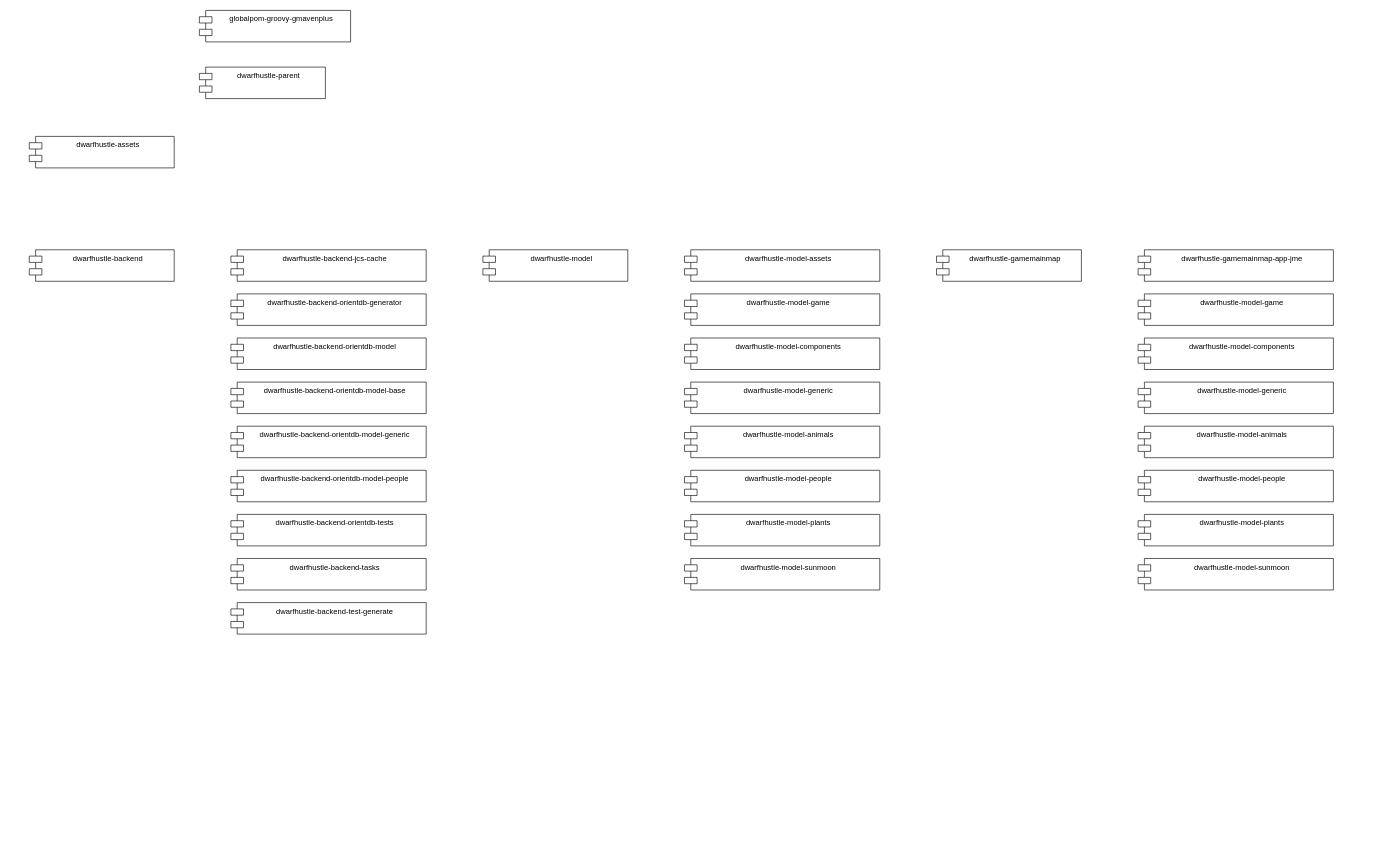
This is uml/Maven Modules.drawio from devent/dwarf-hustle-design, a draw.io file, before an edit. Source tidied: cells renumbered, new cells numbered last; positions are measured from the earlier drawing's top-left corner, leaving out a move shared by most shapes. Both pictures are drawn from the tidied source at 63%, with x=0, y=0 at pixel (29, 10).
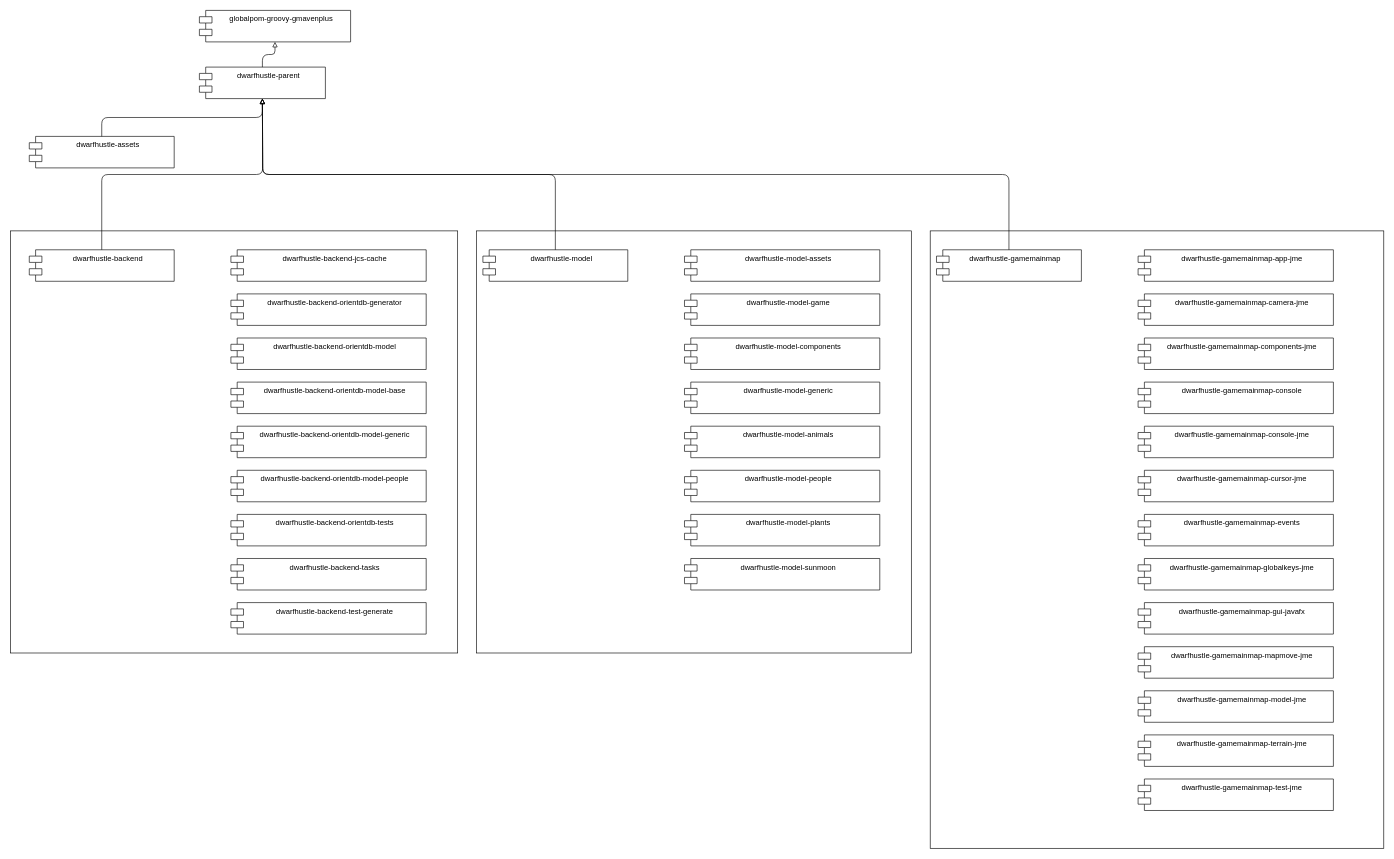
The same diagram, later.

The change refers to these unchanged cells:
```xml
<mxCell id="2" value="globalpom-groovy-gmavenplus" style="shape=module;align=left;spacingLeft=20;align=center;verticalAlign=top;" parent="1" vertex="1">
  <mxGeometry x="270" width="240" height="50" as="geometry" />
</mxCell>
<mxCell id="3" value="dwarfhustle-parent" style="shape=module;align=left;spacingLeft=20;align=center;verticalAlign=top;" parent="1" vertex="1">
  <mxGeometry x="270" y="90" width="200" height="50" as="geometry" />
</mxCell>
<mxCell id="4" value="dwarfhustle-assets" style="shape=module;align=left;spacingLeft=20;align=center;verticalAlign=top;" parent="1" vertex="1">
  <mxGeometry y="200" width="230" height="50" as="geometry" />
</mxCell>
<mxCell id="5" value="dwarfhustle-backend" style="shape=module;align=left;spacingLeft=20;align=center;verticalAlign=top;" parent="1" vertex="1">
  <mxGeometry y="380" width="230" height="50" as="geometry" />
</mxCell>
<mxCell id="6" value="dwarfhustle-model" style="shape=module;align=left;spacingLeft=20;align=center;verticalAlign=top;" parent="1" vertex="1">
  <mxGeometry x="720" y="380" width="230" height="50" as="geometry" />
</mxCell>
<mxCell id="24" value="dwarfhustle-gamemainmap" style="shape=module;align=left;spacingLeft=20;align=center;verticalAlign=top;" parent="1" vertex="1">
  <mxGeometry x="1440" y="380" width="230" height="50" as="geometry" />
</mxCell>
```

The edit, as a diff of the source:
```diff
@@
+    <mxCell id="33" style="rounded=0;whiteSpace=wrap;html=1;" parent="1" vertex="1">
+      <mxGeometry x="1430" y="350" width="720" height="980" as="geometry" />
+    </mxCell>
+    <mxCell id="34" style="rounded=0;whiteSpace=wrap;html=1;" parent="1" vertex="1">
+      <mxGeometry x="710" y="350" width="690" height="670" as="geometry" />
+    </mxCell>
+    <mxCell id="35" style="rounded=0;whiteSpace=wrap;html=1;" parent="1" vertex="1">
+      <mxGeometry x="-30" y="350" width="710" height="670" as="geometry" />
+    </mxCell>
@@
-    <mxCell id="26" value="dwarfhustle-model-game" style="shape=module;align=left;spacingLeft=20;align=center;verticalAlign=top;" parent="1" vertex="1">
+    <mxCell id="26" value="dwarfhustle-gamemainmap-camera-jme" style="shape=module;align=left;spacingLeft=20;align=center;verticalAlign=top;" parent="1" vertex="1">
       <mxGeometry x="1760" y="450" width="310" height="50" as="geometry" />
     </mxCell>
-    <mxCell id="27" value="dwarfhustle-model-components" style="shape=module;align=left;spacingLeft=20;align=center;verticalAlign=top;" parent="1" vertex="1">
+    <mxCell id="27" value="dwarfhustle-gamemainmap-components-jme" style="shape=module;align=left;spacingLeft=20;align=center;verticalAlign=top;" parent="1" vertex="1">
       <mxGeometry x="1760" y="520" width="310" height="50" as="geometry" />
     </mxCell>
-    <mxCell id="28" value="dwarfhustle-model-generic" style="shape=module;align=left;spacingLeft=20;align=center;verticalAlign=top;" parent="1" vertex="1">
+    <mxCell id="28" value="dwarfhustle-gamemainmap-console" style="shape=module;align=left;spacingLeft=20;align=center;verticalAlign=top;" parent="1" vertex="1">
       <mxGeometry x="1760" y="590" width="310" height="50" as="geometry" />
     </mxCell>
-    <mxCell id="29" value="dwarfhustle-model-animals" style="shape=module;align=left;spacingLeft=20;align=center;verticalAlign=top;" parent="1" vertex="1">
+    <mxCell id="29" value="dwarfhustle-gamemainmap-console-jme" style="shape=module;align=left;spacingLeft=20;align=center;verticalAlign=top;" parent="1" vertex="1">
       <mxGeometry x="1760" y="660" width="310" height="50" as="geometry" />
     </mxCell>
-    <mxCell id="30" value="dwarfhustle-model-people" style="shape=module;align=left;spacingLeft=20;align=center;verticalAlign=top;" parent="1" vertex="1">
+    <mxCell id="30" value="dwarfhustle-gamemainmap-cursor-jme" style="shape=module;align=left;spacingLeft=20;align=center;verticalAlign=top;" parent="1" vertex="1">
       <mxGeometry x="1760" y="730" width="310" height="50" as="geometry" />
     </mxCell>
-    <mxCell id="31" value="dwarfhustle-model-plants" style="shape=module;align=left;spacingLeft=20;align=center;verticalAlign=top;" parent="1" vertex="1">
+    <mxCell id="31" value="dwarfhustle-gamemainmap-events" style="shape=module;align=left;spacingLeft=20;align=center;verticalAlign=top;" parent="1" vertex="1">
       <mxGeometry x="1760" y="800" width="310" height="50" as="geometry" />
     </mxCell>
-    <mxCell id="32" value="dwarfhustle-model-sunmoon" style="shape=module;align=left;spacingLeft=20;align=center;verticalAlign=top;" parent="1" vertex="1">
+    <mxCell id="32" value="dwarfhustle-gamemainmap-globalkeys-jme" style="shape=module;align=left;spacingLeft=20;align=center;verticalAlign=top;" parent="1" vertex="1">
       <mxGeometry x="1760" y="870" width="310" height="50" as="geometry" />
     </mxCell>
+    <mxCell id="36" value="dwarfhustle-gamemainmap-gui-javafx" style="shape=module;align=left;spacingLeft=20;align=center;verticalAlign=top;" parent="1" vertex="1">
+      <mxGeometry x="1760" y="940" width="310" height="50" as="geometry" />
+    </mxCell>
+    <mxCell id="37" value="dwarfhustle-gamemainmap-mapmove-jme" style="shape=module;align=left;spacingLeft=20;align=center;verticalAlign=top;" parent="1" vertex="1">
+      <mxGeometry x="1760" y="1010" width="310" height="50" as="geometry" />
+    </mxCell>
+    <mxCell id="38" value="dwarfhustle-gamemainmap-model-jme" style="shape=module;align=left;spacingLeft=20;align=center;verticalAlign=top;" parent="1" vertex="1">
+      <mxGeometry x="1760" y="1080" width="310" height="50" as="geometry" />
+    </mxCell>
+    <mxCell id="39" value="dwarfhustle-gamemainmap-terrain-jme" style="shape=module;align=left;spacingLeft=20;align=center;verticalAlign=top;" parent="1" vertex="1">
+      <mxGeometry x="1760" y="1150" width="310" height="50" as="geometry" />
+    </mxCell>
+    <mxCell id="40" value="dwarfhustle-gamemainmap-test-jme" style="shape=module;align=left;spacingLeft=20;align=center;verticalAlign=top;" parent="1" vertex="1">
+      <mxGeometry x="1760" y="1220" width="310" height="50" as="geometry" />
+    </mxCell>
+    <mxCell id="41" style="endArrow=block;html=1;entryX=0.5;entryY=1;entryDx=0;entryDy=0;exitX=0.5;exitY=0;exitDx=0;exitDy=0;endFill=0;edgeStyle=orthogonalEdgeStyle;" parent="1" edge="1" source="3" target="2">
+      <mxGeometry relative="1" as="geometry" />
+    </mxCell>
+    <mxCell id="42" style="endArrow=block;html=1;entryX=0.5;entryY=1;entryDx=0;entryDy=0;exitX=0.5;exitY=0;exitDx=0;exitDy=0;endFill=0;edgeStyle=orthogonalEdgeStyle;" parent="1" edge="1" source="4" target="3">
+      <mxGeometry relative="1" as="geometry" />
+    </mxCell>
+    <mxCell id="43" style="endArrow=block;html=1;exitX=0.5;exitY=0;exitDx=0;exitDy=0;endFill=0;edgeStyle=orthogonalEdgeStyle;elbow=vertical;" parent="1" edge="1" source="5">
+      <mxGeometry relative="1" as="geometry">
+        <mxPoint x="370" y="140" as="targetPoint" />
+      </mxGeometry>
+    </mxCell>
+    <mxCell id="44" style="endArrow=block;html=1;exitX=0.5;exitY=0;exitDx=0;exitDy=0;endFill=0;edgeStyle=orthogonalEdgeStyle;elbow=vertical;" parent="1" edge="1" source="6">
+      <mxGeometry relative="1" as="geometry">
+        <mxPoint x="370" y="140" as="targetPoint" />
+      </mxGeometry>
+    </mxCell>
+    <mxCell id="45" style="endArrow=block;html=1;exitX=0.5;exitY=0;exitDx=0;exitDy=0;endFill=0;edgeStyle=orthogonalEdgeStyle;elbow=vertical;" parent="1" edge="1" source="24">
+      <mxGeometry relative="1" as="geometry">
+        <mxPoint x="370" y="140" as="targetPoint" />
+      </mxGeometry>
+    </mxCell>
```
